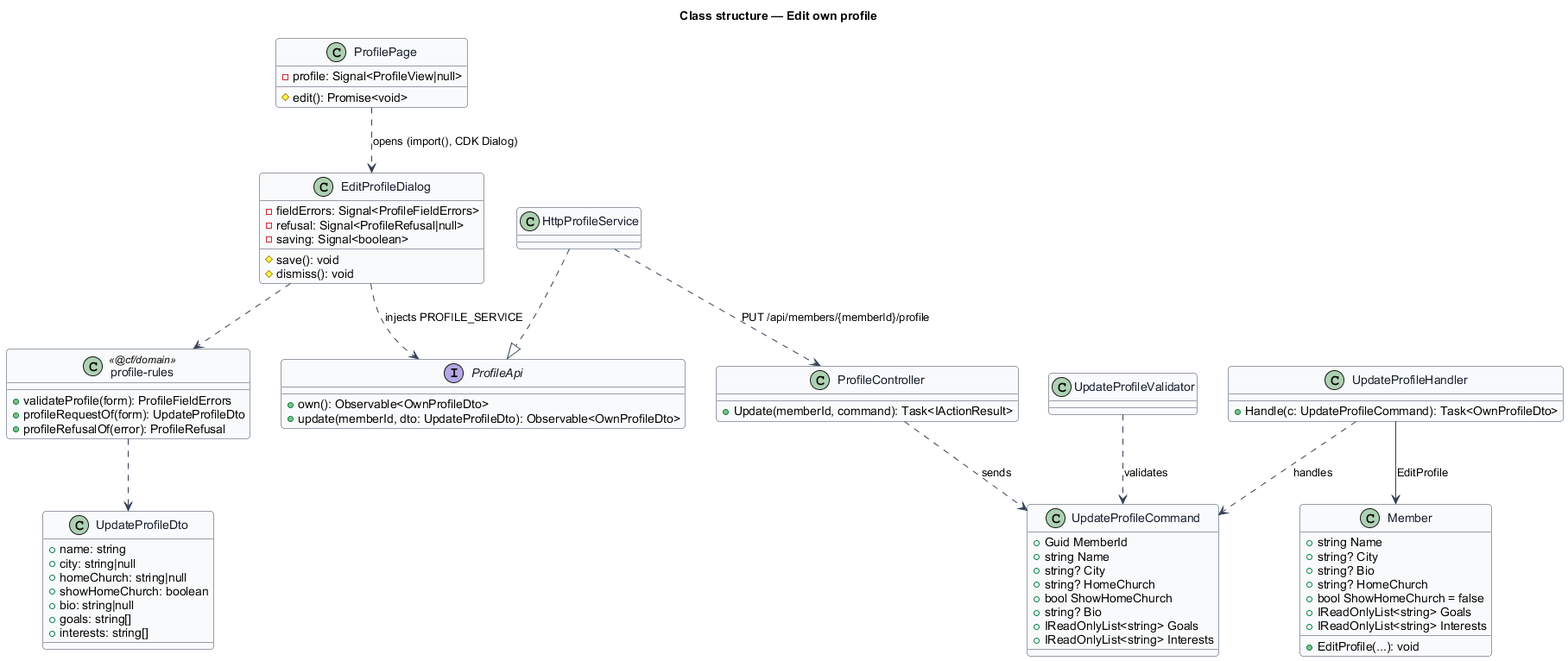
This is docs/detailed-designs/member-profile/edit-profile/diagrams/class-structure.png from QuinntyneBrown/christian-fitness, a PlantUML export, as it was before one commit. Its source is kept beside it as docs/detailed-designs/member-profile/edit-profile/diagrams/class-structure.puml.
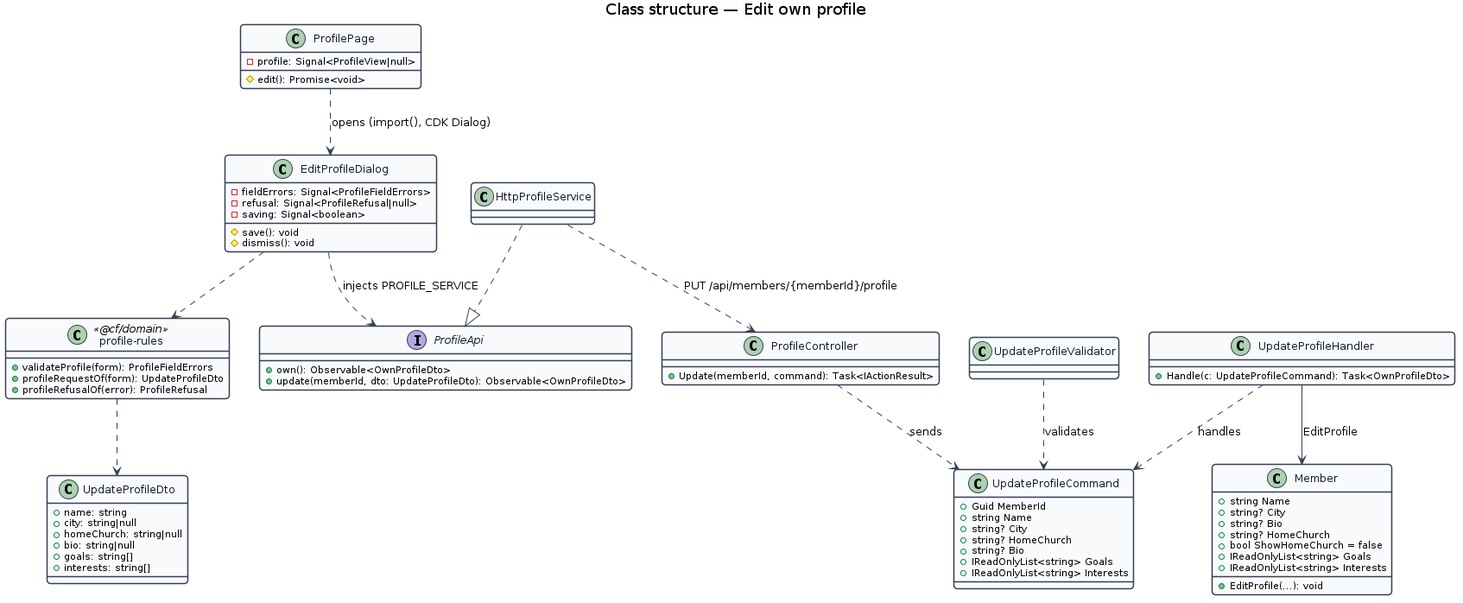
After the change.

Change to the diagram source:
```diff
@@ -30,7 +30,6 @@
   +name: string
   +city: string|null
   +homeChurch: string|null
-  +showHomeChurch: boolean
   +bio: string|null
   +goals: string[]
   +interests: string[]
@@ -48,7 +47,6 @@
   +string Name
   +string? City
   +string? HomeChurch
-  +bool ShowHomeChurch
   +string? Bio
   +IReadOnlyList<string> Goals
   +IReadOnlyList<string> Interests
```
